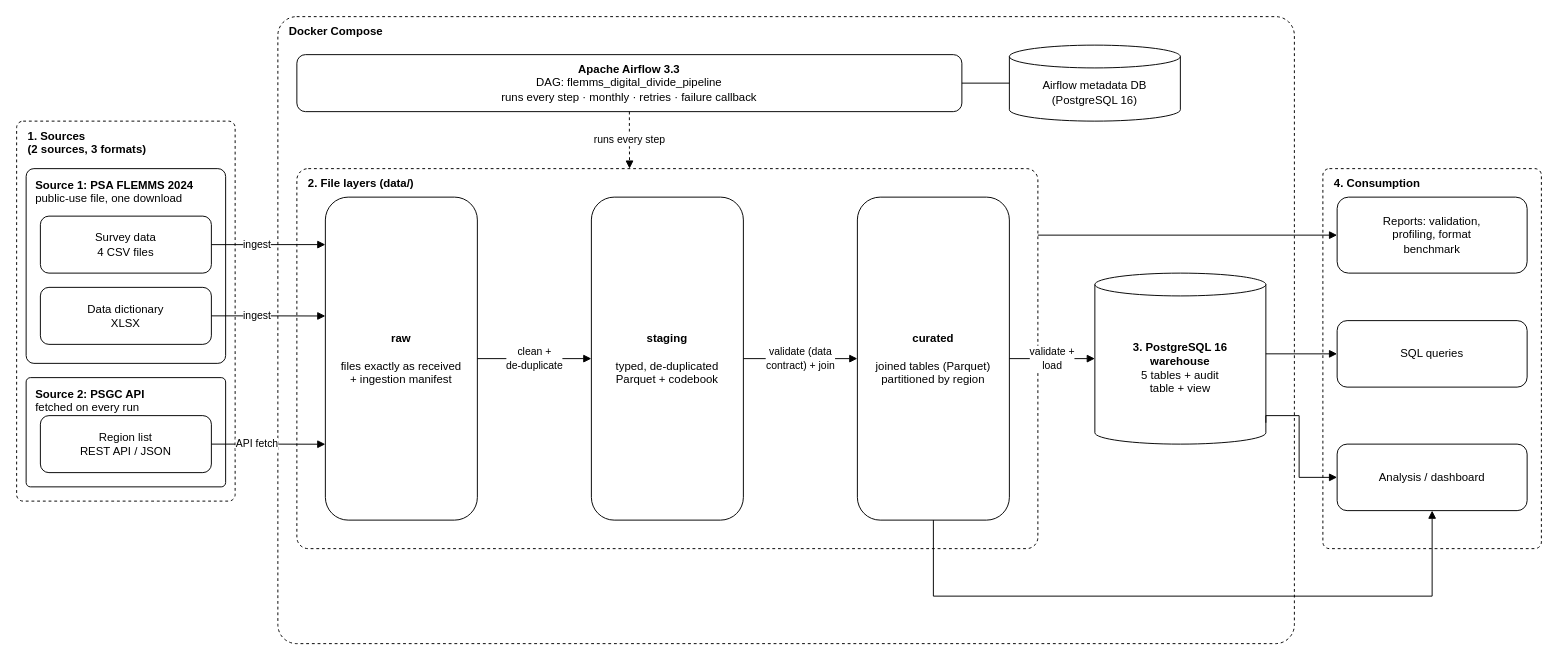
memorandavid-dotcom/flemms_digital_divide_project keeps this draw.io diagram as docs/diagrams/architecture_wide.drawio. Above is the earlier version. Source tidied: cells renumbered, new cells numbered last; positions are measured from the earlier drawing's top-left corner, leaving out a move shared by most shapes. Both pictures are drawn from the tidied source at 95%, with x=0, y=0 at pixel (16, 16).
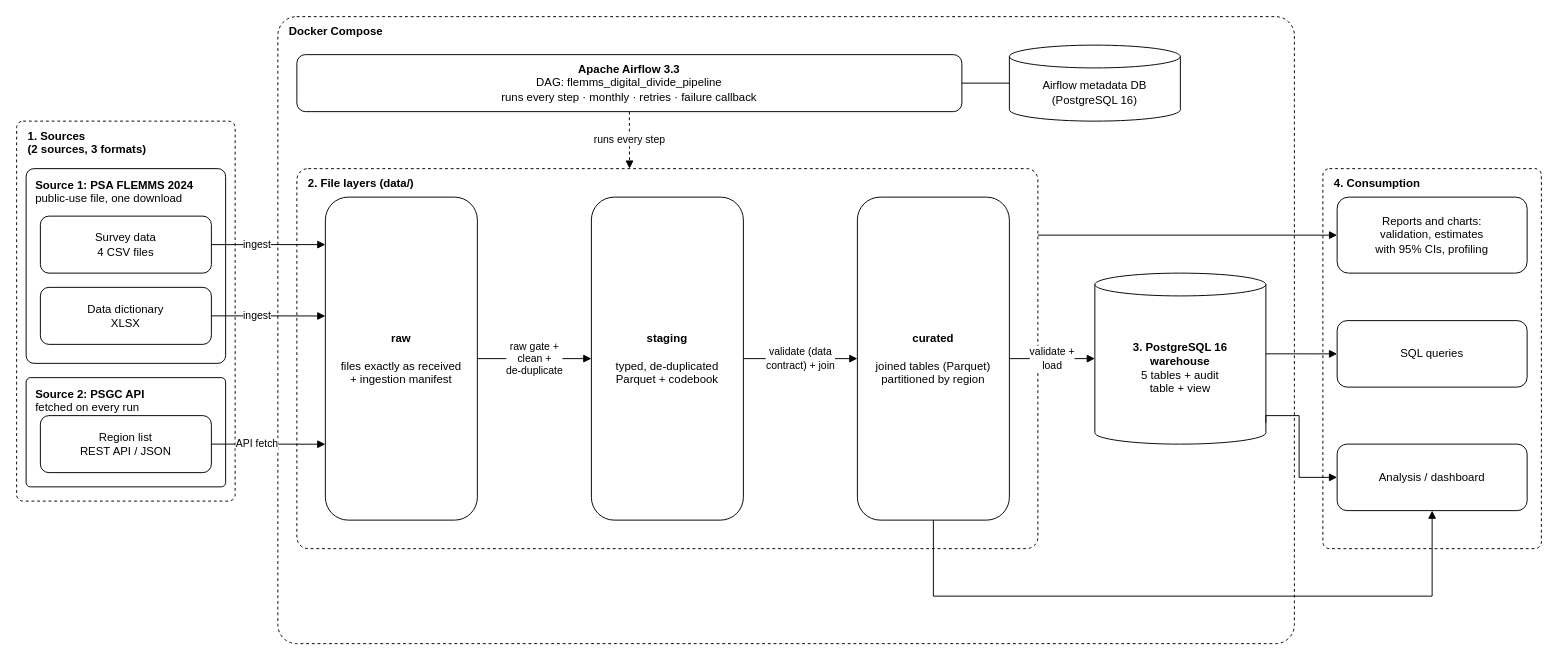
Above is the later version.

Commit message (it also covers changes not shown here):
Document the three validation gates and the confidence intervals

The change refers to these unchanged cells:
```xml
<mxCell id="12" value="&lt;b&gt;raw&lt;/b&gt;&lt;br&gt;&lt;br&gt;files exactly as received&lt;br&gt;+ ingestion manifest" style="rounded=1;whiteSpace=wrap;html=1;" parent="11" vertex="1">
  <mxGeometry x="30" y="30" width="160" height="340" as="geometry" />
</mxCell>
<mxCell id="13" value="&lt;b&gt;staging&lt;/b&gt;&lt;br&gt;&lt;br&gt;typed, de-duplicated&lt;br&gt;Parquet + codebook" style="rounded=1;whiteSpace=wrap;html=1;" parent="11" vertex="1">
  <mxGeometry x="310" y="30" width="160" height="340" as="geometry" />
</mxCell>
<mxCell id="16" value="4. Consumption" style="rounded=1;whiteSpace=wrap;html=1;dashed=1;fillColor=none;verticalAlign=top;align=left;spacingLeft=10;spacingTop=2;fontStyle=1;arcSize=3;" parent="1" vertex="1">
  <mxGeometry x="1375" y="160" width="230" height="400" as="geometry" />
</mxCell>
```

Diff of the diagram source:
```diff
@@
-    <mxCell id="17" value="Reports: validation,&lt;br&gt;profiling, format&lt;br&gt;benchmark" style="rounded=1;whiteSpace=wrap;html=1;" parent="16" vertex="1">
+    <mxCell id="17" value="Reports and charts:&lt;br&gt;validation, estimates&lt;br&gt;with 95% CIs, profiling" style="rounded=1;whiteSpace=wrap;html=1;" parent="16" vertex="1">
       <mxGeometry x="15" y="30" width="200" height="80" as="geometry" />
     </mxCell>
@@
-    <mxCell id="23" value="clean +&lt;br&gt;de-duplicate" style="edgeStyle=orthogonalEdgeStyle;rounded=0;html=1;endArrow=block;endFill=1;exitX=1.0;exitY=0.5;exitDx=0;exitDy=0;entryX=0.0;entryY=0.5;entryDx=0;entryDy=0;" parent="1" edge="1" source="12" target="13">
+    <mxCell id="23" value="raw gate +&lt;br&gt;clean +&lt;br&gt;de-duplicate" style="edgeStyle=orthogonalEdgeStyle;rounded=0;html=1;endArrow=block;endFill=1;exitX=1.0;exitY=0.5;exitDx=0;exitDy=0;entryX=0.0;entryY=0.5;entryDx=0;entryDy=0;" parent="1" edge="1" source="12" target="13">
       <mxGeometry relative="1" as="geometry" />
     </mxCell>
```
